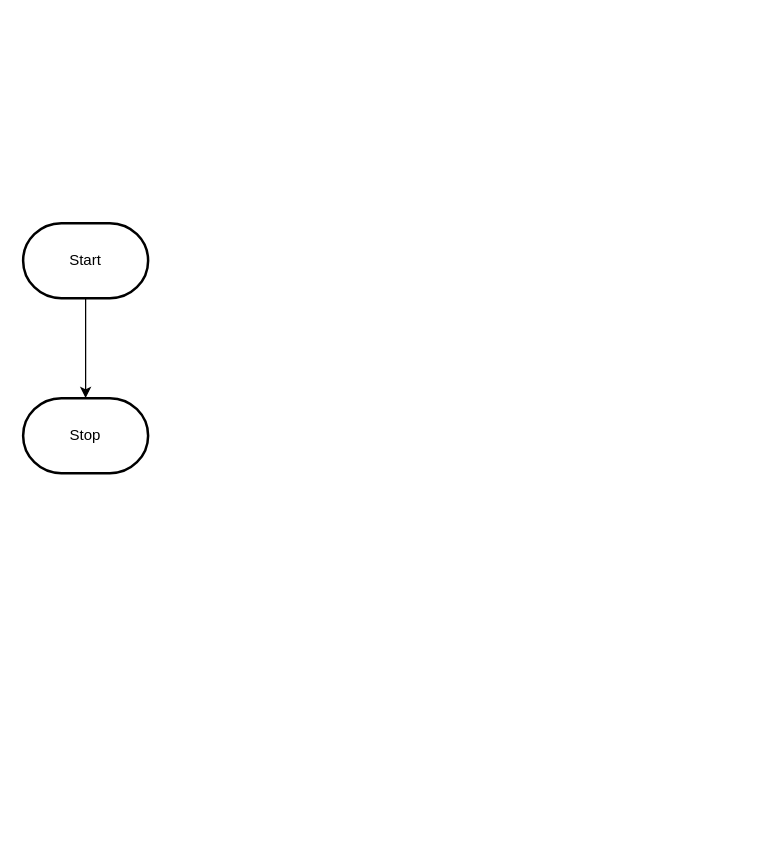
Before: design/flowchart.drawio in MTHS-ICS3U-2-2022/ICS3U-Unit-4-06-Nina-S-Mathew, a draw.io diagram. Source tidied: cells renumbered, new cells numbered last; positions are measured from the earlier drawing's top-left corner, leaving out a move shared by most shapes. Both pictures are drawn from the tidied source at 125%, with x=0, y=0 at pixel (22, 222).
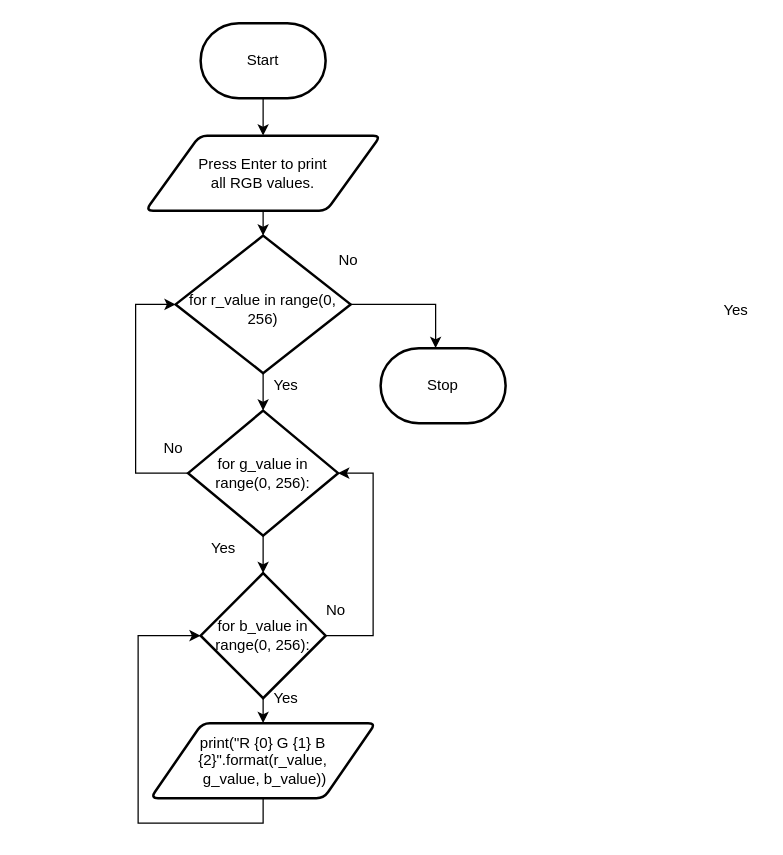
The same page after the edit.

The edit, as a diff of the source:
```diff
@@
-    <mxCell id="2" style="edgeStyle=orthogonalEdgeStyle;html=1;rounded=0;" parent="1" edge="1" source="3" target="4">
+    <mxCell id="2" style="edgeStyle=none;html=1;entryX=0.5;entryY=0;entryDx=0;entryDy=0;" parent="1" edge="1" source="3" target="10">
       <mxGeometry relative="1" as="geometry" />
     </mxCell>
     <mxCell id="3" value="Start" style="strokeWidth=2;html=1;shape=mxgraph.flowchart.terminator;whiteSpace=wrap;" parent="1" vertex="1">
-      <mxGeometry width="100" height="60" as="geometry" />
+      <mxGeometry x="142" y="-160" width="100" height="60" as="geometry" />
     </mxCell>
     <mxCell id="4" value="Stop" style="strokeWidth=2;html=1;shape=mxgraph.flowchart.terminator;whiteSpace=wrap;" parent="1" vertex="1">
-      <mxGeometry y="140" width="100" height="60" as="geometry" />
+      <mxGeometry x="286" y="100" width="100" height="60" as="geometry" />
     </mxCell>
+    <mxCell id="5" value="Yes" style="text;html=1;align=center;verticalAlign=middle;strokeColor=none;fillColor=none;" parent="1" vertex="1">
+      <mxGeometry x="550" y="60" width="40" height="20" as="geometry" />
+    </mxCell>
+    <mxCell id="6" style="edgeStyle=orthogonalEdgeStyle;rounded=0;html=1;" parent="1" edge="1" source="8" target="4">
+      <mxGeometry relative="1" as="geometry">
+        <Array as="points">
+          <mxPoint x="330" y="65" />
+        </Array>
+      </mxGeometry>
+    </mxCell>
+    <mxCell id="7" style="edgeStyle=orthogonalEdgeStyle;rounded=0;html=1;" parent="1" edge="1" source="8" target="13">
+      <mxGeometry relative="1" as="geometry" />
+    </mxCell>
+    <mxCell id="8" value="for r_value in range(0, 256)" style="strokeWidth=2;html=1;shape=mxgraph.flowchart.decision;whiteSpace=wrap;spacingBottom=-8;" parent="1" vertex="1">
+      <mxGeometry x="122" y="10" width="140" height="110" as="geometry" />
+    </mxCell>
+    <mxCell id="9" style="edgeStyle=none;html=1;entryX=0.5;entryY=0;entryDx=0;entryDy=0;entryPerimeter=0;" parent="1" edge="1" source="10" target="8">
+      <mxGeometry relative="1" as="geometry" />
+    </mxCell>
+    <mxCell id="10" value="Press Enter to print &lt;br&gt;all RGB values." style="shape=parallelogram;html=1;strokeWidth=2;perimeter=parallelogramPerimeter;whiteSpace=wrap;rounded=1;arcSize=12;size=0.23;" parent="1" vertex="1">
+      <mxGeometry x="98" y="-70" width="188" height="60" as="geometry" />
+    </mxCell>
+    <mxCell id="11" style="edgeStyle=orthogonalEdgeStyle;rounded=0;html=1;entryX=0.5;entryY=0;entryDx=0;entryDy=0;entryPerimeter=0;" parent="1" edge="1" source="13" target="16">
+      <mxGeometry relative="1" as="geometry" />
+    </mxCell>
+    <mxCell id="12" style="edgeStyle=orthogonalEdgeStyle;rounded=0;html=1;entryX=0;entryY=0.5;entryDx=0;entryDy=0;entryPerimeter=0;" parent="1" edge="1" source="13" target="8">
+      <mxGeometry relative="1" as="geometry">
+        <Array as="points">
+          <mxPoint x="90" y="200" />
+          <mxPoint x="90" y="65" />
+        </Array>
+      </mxGeometry>
+    </mxCell>
+    <mxCell id="13" value="for g_value in range(0, 256):" style="strokeWidth=2;html=1;shape=mxgraph.flowchart.decision;whiteSpace=wrap;" parent="1" vertex="1">
+      <mxGeometry x="132" y="150" width="120" height="100" as="geometry" />
+    </mxCell>
+    <mxCell id="14" style="edgeStyle=orthogonalEdgeStyle;rounded=0;html=1;" parent="1" edge="1" source="16" target="18">
+      <mxGeometry relative="1" as="geometry" />
+    </mxCell>
+    <mxCell id="15" style="edgeStyle=orthogonalEdgeStyle;rounded=0;html=1;entryX=1;entryY=0.5;entryDx=0;entryDy=0;entryPerimeter=0;" parent="1" edge="1" source="16" target="13">
+      <mxGeometry relative="1" as="geometry">
+        <Array as="points">
+          <mxPoint x="280" y="330" />
+          <mxPoint x="280" y="200" />
+        </Array>
+      </mxGeometry>
+    </mxCell>
+    <mxCell id="16" value="for b_value in range(0, 256):" style="strokeWidth=2;html=1;shape=mxgraph.flowchart.decision;whiteSpace=wrap;" parent="1" vertex="1">
+      <mxGeometry x="142" y="280" width="100" height="100" as="geometry" />
+    </mxCell>
+    <mxCell id="17" style="edgeStyle=orthogonalEdgeStyle;rounded=0;html=1;entryX=0;entryY=0.5;entryDx=0;entryDy=0;entryPerimeter=0;" parent="1" edge="1" source="18" target="16">
+      <mxGeometry relative="1" as="geometry">
+        <Array as="points">
+          <mxPoint x="192" y="480" />
+          <mxPoint x="92" y="480" />
+          <mxPoint x="92" y="330" />
+        </Array>
+      </mxGeometry>
+    </mxCell>
+    <mxCell id="18" value="print(&quot;R {0} G {1} B {2}&quot;.format(r_value,&lt;br&gt;&amp;nbsp;g_value, b_value))" style="shape=parallelogram;html=1;strokeWidth=2;perimeter=parallelogramPerimeter;whiteSpace=wrap;rounded=1;arcSize=12;size=0.23;" parent="1" vertex="1">
+      <mxGeometry x="102" y="400" width="180" height="60" as="geometry" />
+    </mxCell>
+    <mxCell id="19" value="Yes" style="text;html=1;align=center;verticalAlign=middle;strokeColor=none;fillColor=none;" parent="1" vertex="1">
+      <mxGeometry x="190" y="370" width="40" height="20" as="geometry" />
+    </mxCell>
+    <mxCell id="20" value="No" style="text;html=1;align=center;verticalAlign=middle;strokeColor=none;fillColor=none;" parent="1" vertex="1">
+      <mxGeometry x="235" y="300" width="30" height="20" as="geometry" />
+    </mxCell>
+    <mxCell id="21" value="Yes" style="text;html=1;align=center;verticalAlign=middle;strokeColor=none;fillColor=none;" parent="1" vertex="1">
+      <mxGeometry x="140" y="250" width="40" height="20" as="geometry" />
+    </mxCell>
+    <mxCell id="22" value="No" style="text;html=1;align=center;verticalAlign=middle;strokeColor=none;fillColor=none;" parent="1" vertex="1">
+      <mxGeometry x="105" y="170" width="30" height="20" as="geometry" />
+    </mxCell>
+    <mxCell id="23" value="Yes" style="text;html=1;align=center;verticalAlign=middle;strokeColor=none;fillColor=none;" parent="1" vertex="1">
+      <mxGeometry x="190" y="120" width="40" height="20" as="geometry" />
+    </mxCell>
+    <mxCell id="24" value="No" style="text;html=1;align=center;verticalAlign=middle;strokeColor=none;fillColor=none;" parent="1" vertex="1">
+      <mxGeometry x="245" y="20" width="30" height="20" as="geometry" />
+    </mxCell>
```
